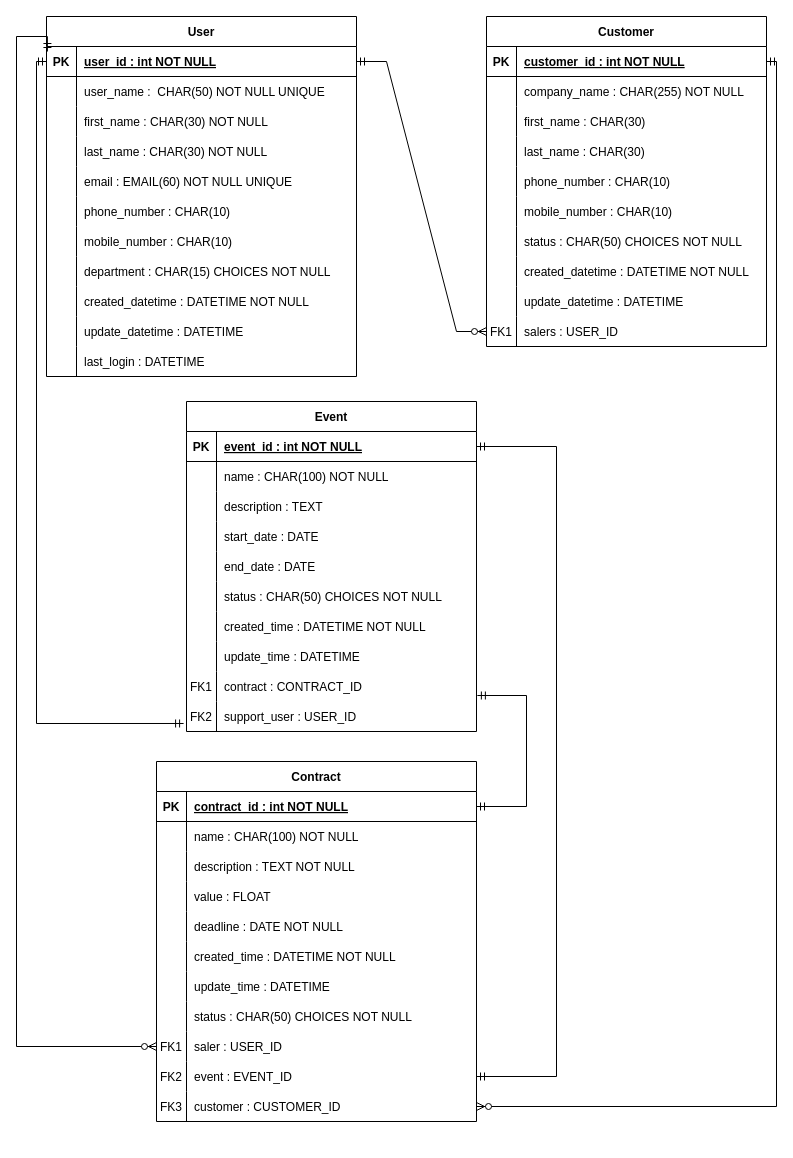
The draw.io diagram mld.drawio in seah78/P12, before the edit. Source tidied: cells renumbered, new cells numbered last; positions are measured from the earlier drawing's top-left corner, leaving out a move shared by most shapes. Both pictures are drawn from the tidied source at 100%, with x=0, y=0 at pixel (16, 16).
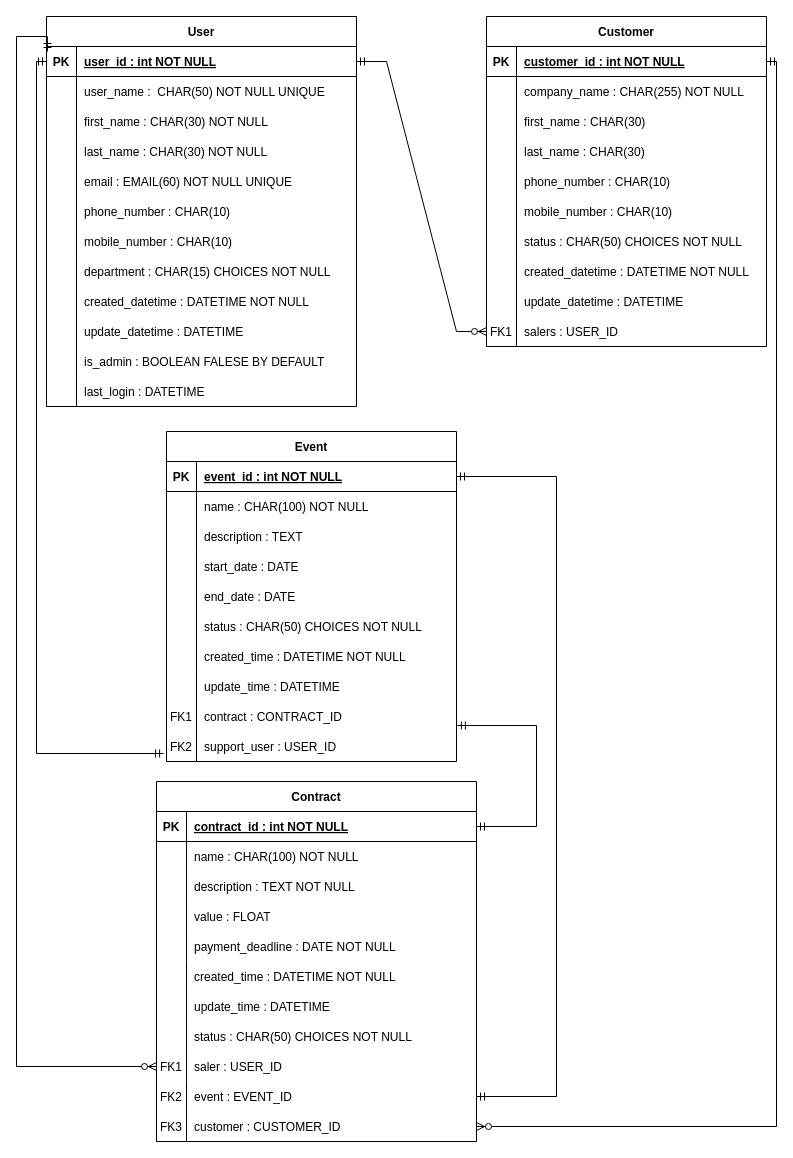
The same diagram, later.

Unchanged cells that the change refers to:
```xml
<mxCell id="3" style="shape=tableRow;horizontal=0;startSize=0;swimlaneHead=0;swimlaneBody=0;fillColor=none;points=[[0,0.5],[1,0.5]];portConstraint=eastwest;top=0;left=0;right=0;bottom=1;" parent="2" vertex="1">
  <mxGeometry y="30" width="310" height="30" as="geometry" />
</mxCell>
<mxCell id="69" style="shape=tableRow;horizontal=0;startSize=0;swimlaneHead=0;swimlaneBody=0;fillColor=none;points=[[0,0.5],[1,0.5]];portConstraint=eastwest;top=0;left=0;right=0;bottom=1;fontFamily=Helvetica;fontSize=12;fontColor=default;" parent="68" vertex="1">
  <mxGeometry y="30" width="290" height="30" as="geometry" />
</mxCell>
<mxCell id="93" style="shape=tableRow;horizontal=0;startSize=0;swimlaneHead=0;swimlaneBody=0;fillColor=none;points=[[0,0.5],[1,0.5]];portConstraint=eastwest;top=0;left=0;right=0;bottom=0;fontFamily=Helvetica;fontSize=12;fontColor=default;" parent="68" vertex="1">
  <mxGeometry y="270" width="290" height="30" as="geometry" />
</mxCell>
<mxCell id="100" style="shape=tableRow;horizontal=0;startSize=0;swimlaneHead=0;swimlaneBody=0;fillColor=none;points=[[0,0.5],[1,0.5]];portConstraint=eastwest;top=0;left=0;right=0;bottom=1;fontFamily=Helvetica;fontSize=12;fontColor=default;" parent="99" vertex="1">
  <mxGeometry y="30" width="320" height="30" as="geometry" />
</mxCell>
<mxCell id="112" style="shape=tableRow;horizontal=0;startSize=0;swimlaneHead=0;swimlaneBody=0;fillColor=none;top=0;left=0;right=0;bottom=0;fontFamily=Helvetica;fontSize=12;fontColor=default;" parent="99" vertex="1">
  <mxGeometry y="150" width="320" height="30" as="geometry" />
</mxCell>
<mxCell id="124" style="shape=tableRow;horizontal=0;startSize=0;swimlaneHead=0;swimlaneBody=0;fillColor=none;points=[[0,0.5],[1,0.5]];portConstraint=eastwest;top=0;left=0;right=0;bottom=0;fontFamily=Helvetica;fontSize=12;fontColor=default;" parent="99" vertex="1">
  <mxGeometry y="270" width="320" height="30" as="geometry" />
</mxCell>
<mxCell id="127" style="shape=tableRow;horizontal=0;startSize=0;swimlaneHead=0;swimlaneBody=0;fillColor=none;points=[[0,0.5],[1,0.5]];portConstraint=eastwest;top=0;left=0;right=0;bottom=0;fontFamily=Helvetica;fontSize=12;fontColor=default;" parent="99" vertex="1">
  <mxGeometry y="300" width="320" height="30" as="geometry" />
</mxCell>
```

What changed in the source:
```diff
@@
     <mxCell id="2" value="User" style="shape=table;startSize=30;childLayout=tableLayout;rowLines=0;fontStyle=1;align=center;" parent="1" vertex="1">
-      <mxGeometry x="30" width="310" height="360" as="geometry" />
+      <mxGeometry x="30" width="310" height="390" as="geometry" />
     </mxCell>
@@
+    <mxCell id="138" style="shape=tableRow;horizontal=0;startSize=0;swimlaneHead=0;swimlaneBody=0;fillColor=none;top=0;left=0;right=0;bottom=0;" parent="2" vertex="1">
+      <mxGeometry y="330" width="310" height="30" as="geometry" />
+    </mxCell>
+    <mxCell id="139" style="shape=partialRectangle;fillColor=none;top=0;left=0;bottom=0;right=0;overflow=hidden;" parent="138" vertex="1">
+      <mxGeometry width="30" height="30" as="geometry" />
+    </mxCell>
+    <mxCell id="140" value="is_admin : BOOLEAN FALESE BY DEFAULT" style="shape=partialRectangle;fillColor=none;top=0;left=0;bottom=0;right=0;align=left;spacingLeft=6;overflow=hidden;" parent="138" vertex="1">
+      <mxGeometry x="30" width="280" height="30" as="geometry" />
+    </mxCell>
     <mxCell id="33" style="shape=tableRow;horizontal=0;startSize=0;swimlaneHead=0;swimlaneBody=0;fillColor=none;top=0;left=0;right=0;bottom=0;" parent="2" vertex="1">
-      <mxGeometry y="330" width="310" height="30" as="geometry" />
+      <mxGeometry y="360" width="310" height="30" as="geometry" />
     </mxCell>
@@
     <mxCell id="68" value="Event" style="shape=table;startSize=30;childLayout=tableLayout;rowLines=0;fontStyle=1;align=center;fontFamily=Helvetica;fontSize=12;fontColor=default;" parent="1" vertex="1">
-      <mxGeometry x="170" y="385" width="290" height="330" as="geometry" />
+      <mxGeometry x="150" y="415" width="290" height="330" as="geometry" />
     </mxCell>
@@
     <mxCell id="99" value="Contract" style="shape=table;startSize=30;childLayout=tableLayout;rowLines=0;fontStyle=1;align=center;fontFamily=Helvetica;fontSize=12;fontColor=default;" parent="1" vertex="1">
-      <mxGeometry x="140" y="745" width="320" height="360" as="geometry" />
+      <mxGeometry x="140" y="765" width="320" height="360" as="geometry" />
     </mxCell>
@@
-    <mxCell id="114" value="deadline : DATE NOT NULL" style="shape=partialRectangle;fillColor=none;top=0;left=0;bottom=0;right=0;align=left;spacingLeft=6;overflow=hidden;fontFamily=Helvetica;fontSize=12;fontColor=default;" parent="112" vertex="1">
+    <mxCell id="114" value="payment_deadline : DATE NOT NULL" style="shape=partialRectangle;fillColor=none;top=0;left=0;bottom=0;right=0;align=left;spacingLeft=6;overflow=hidden;fontFamily=Helvetica;fontSize=12;fontColor=default;" parent="112" vertex="1">
       <mxGeometry x="30" width="290" height="30" as="geometry" />
     </mxCell>
@@
     <mxCell id="134" style="edgeStyle=orthogonalEdgeStyle;fontSize=12;html=1;endArrow=ERmandOne;startArrow=ERmandOne;rounded=0;labelBackgroundColor=default;fontFamily=Helvetica;fontColor=default;strokeColor=default;shape=connector;entryX=1.003;entryY=0.8;entryDx=0;entryDy=0;entryPerimeter=0;exitX=1;exitY=0.5;exitDx=0;exitDy=0;" parent="1" edge="1" source="100" target="93">
       <mxGeometry relative="1" as="geometry">
         <Array as="points">
-          <mxPoint x="510" y="790" />
-          <mxPoint x="510" y="679" />
+          <mxPoint x="520" y="810" />
+          <mxPoint x="520" y="709" />
         </Array>
       </mxGeometry>
     </mxCell>
     <mxCell id="135" style="edgeStyle=orthogonalEdgeStyle;fontSize=12;html=1;endArrow=ERzeroToMany;startArrow=ERmandOne;rounded=0;labelBackgroundColor=default;fontFamily=Helvetica;fontColor=default;strokeColor=default;shape=connector;exitX=0.003;exitY=0.167;exitDx=0;exitDy=0;exitPerimeter=0;entryX=0;entryY=0.5;entryDx=0;entryDy=0;" parent="1" edge="1" source="3" target="124">
       <mxGeometry relative="1" as="geometry">
         <Array as="points">
+          <mxPoint x="31" y="20" />
           <mxPoint y="20" />
-          <mxPoint y="1030" />
+          <mxPoint y="1050" />
         </Array>
       </mxGeometry>
     </mxCell>
@@
     <mxCell id="137" style="edgeStyle=orthogonalEdgeStyle;fontSize=12;html=1;endArrow=ERmandOne;startArrow=ERmandOne;rounded=0;labelBackgroundColor=default;fontFamily=Helvetica;fontColor=default;strokeColor=default;shape=connector;exitX=1;exitY=0.5;exitDx=0;exitDy=0;entryX=1;entryY=0.5;entryDx=0;entryDy=0;" parent="1" edge="1" source="127" target="69">
       <mxGeometry relative="1" as="geometry">
         <Array as="points">
-          <mxPoint x="540" y="1060" />
-          <mxPoint x="540" y="430" />
+          <mxPoint x="540" y="1080" />
+          <mxPoint x="540" y="460" />
         </Array>
       </mxGeometry>
     </mxCell>
```
